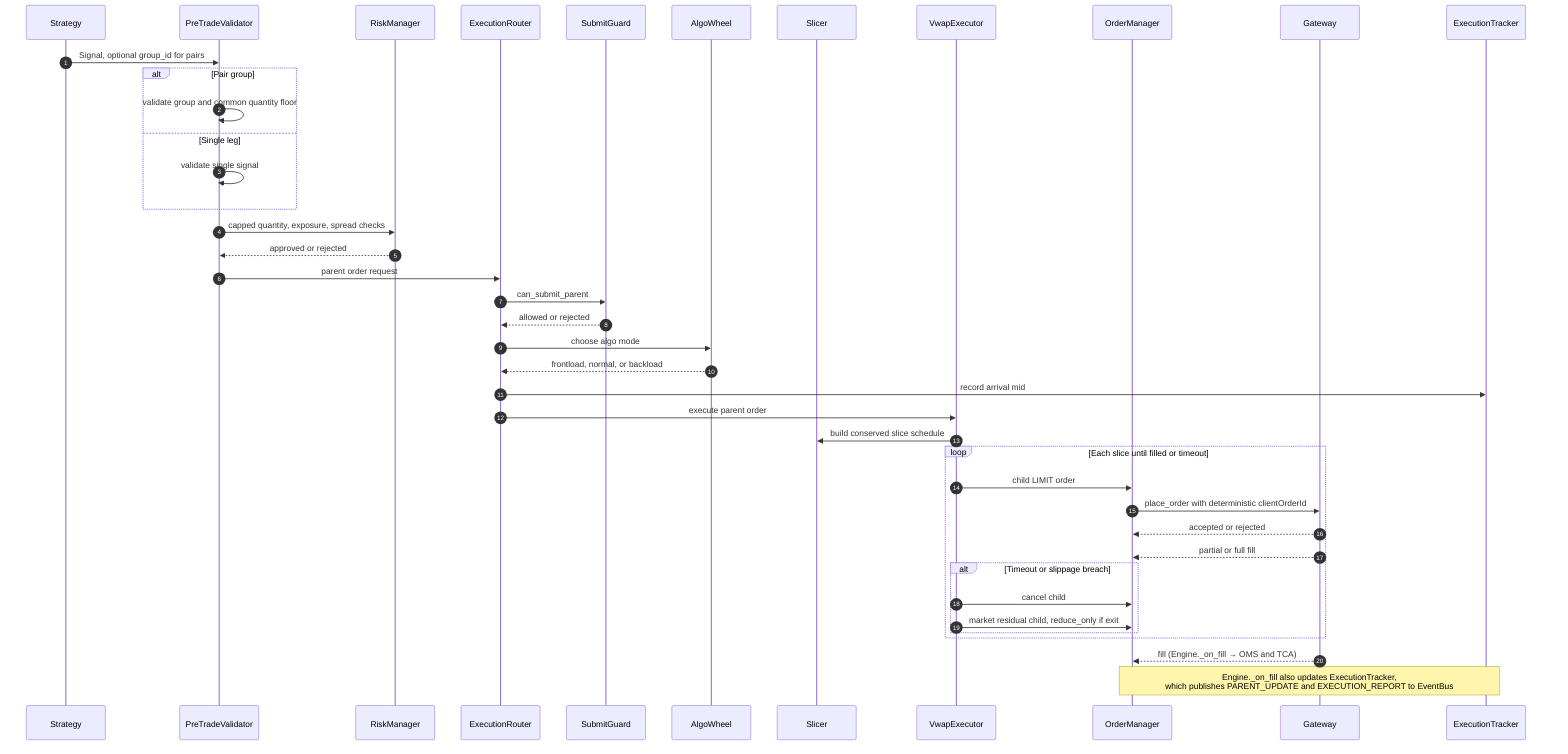
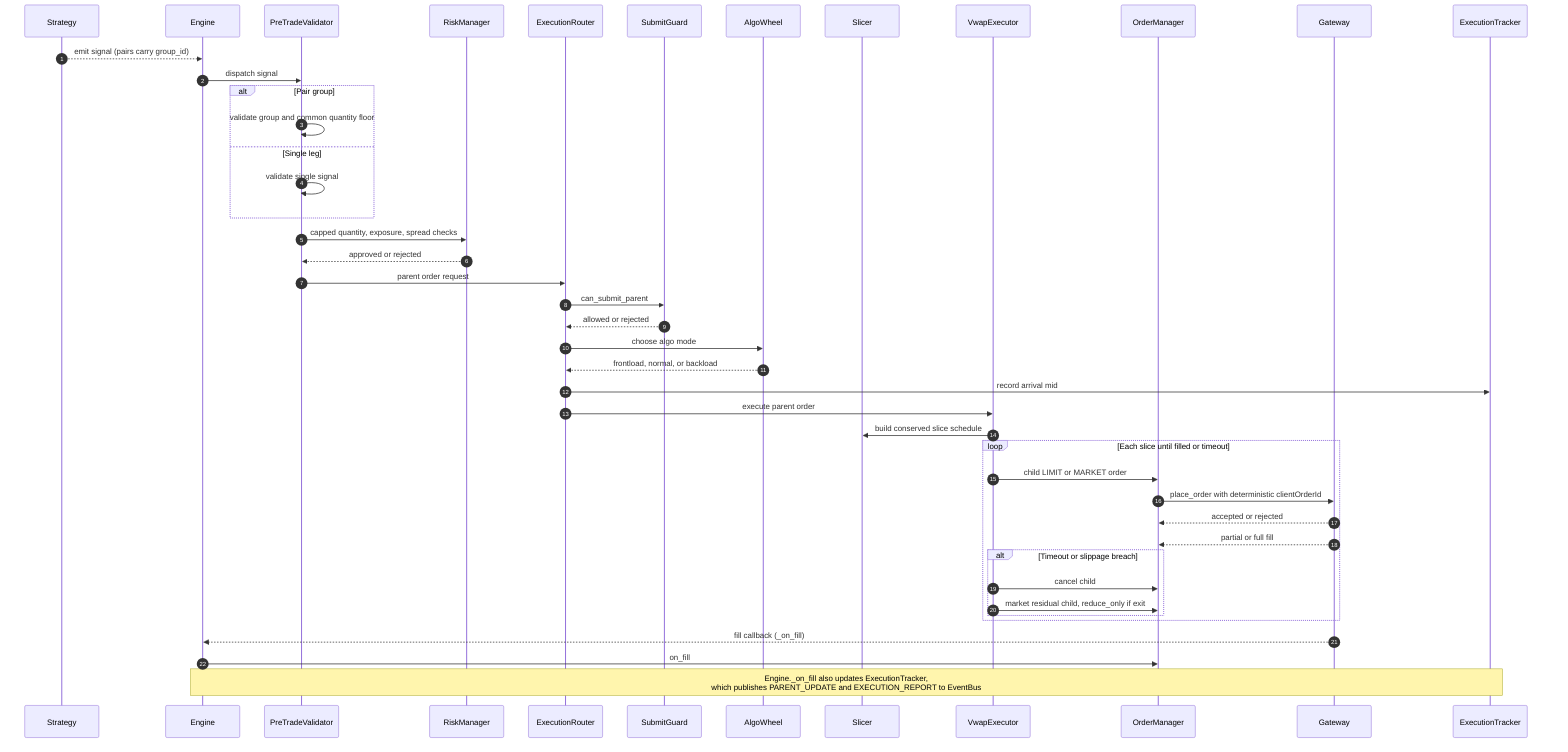
%% Parent-order execution - signal to venue fills
sequenceDiagram
    autonumber
    participant Strategy
+     participant Eng as Engine
    participant PreTrade as PreTradeValidator
    participant Risk as RiskManager
    participant Router as ExecutionRouter
    participant SG as SubmitGuard
    participant Wheel as AlgoWheel
    participant Slicer
    participant VWAP as VwapExecutor
    participant OMS as OrderManager
    participant Gateway
    participant TCA as ExecutionTracker

-     Strategy->>PreTrade: Signal, optional group_id for pairs
+     Strategy-->>Eng: emit signal (pairs carry group_id)
+     Eng->>PreTrade: dispatch signal
    alt Pair group
        PreTrade->>PreTrade: validate group and common quantity floor
    else Single leg
        PreTrade->>PreTrade: validate single signal
    end

    PreTrade->>Risk: capped quantity, exposure, spread checks
    Risk-->>PreTrade: approved or rejected
    PreTrade->>Router: parent order request
    Router->>SG: can_submit_parent
    SG-->>Router: allowed or rejected
    Router->>Wheel: choose algo mode
    Wheel-->>Router: frontload, normal, or backload
    Router->>TCA: record arrival mid
    Router->>VWAP: execute parent order
    VWAP->>Slicer: build conserved slice schedule

    loop Each slice until filled or timeout
-         VWAP->>OMS: child LIMIT order
+         VWAP->>OMS: child LIMIT or MARKET order
        OMS->>Gateway: place_order with deterministic clientOrderId
        Gateway-->>OMS: accepted or rejected
        Gateway-->>OMS: partial or full fill
        alt Timeout or slippage breach
            VWAP->>OMS: cancel child
            VWAP->>OMS: market residual child, reduce_only if exit
        end
    end

-     Gateway-->>OMS: fill (Engine._on_fill → OMS and TCA)
-     Note over OMS,TCA: Engine._on_fill also updates ExecutionTracker,<br/>which publishes PARENT_UPDATE and EXECUTION_REPORT to EventBus
+     Gateway-->>Eng: fill callback (_on_fill)
+     Eng->>OMS: on_fill
+     Note over Eng,TCA: Engine._on_fill also updates ExecutionTracker,<br/>which publishes PARENT_UPDATE and EXECUTION_REPORT to EventBus
